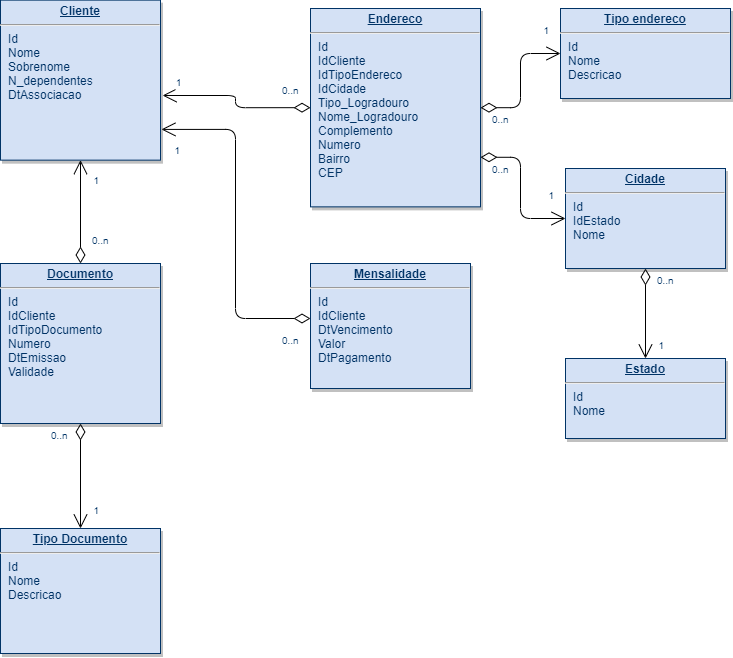
The draw.io diagram DB/Estrutura do database.png in sunrocha123/Administracao_de_um_clube, before a commit. Source tidied: cells renumbered, new cells last; positions are measured from the earlier drawing's top-left corner, leaving out a move shared by most shapes.
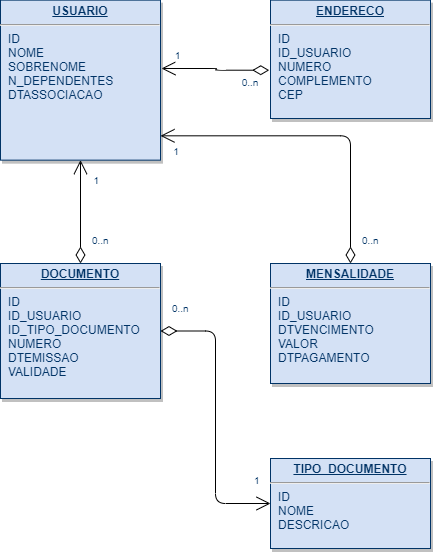
The same diagram one commit later.

Commit message:
Update da estrutura do banco de dados

Change to the diagram source:
```diff
@@ -2,16 +2,16 @@
   <root>
     <mxCell id="0" />
     <mxCell id="1" parent="0" />
-    <mxCell id="2" value="&lt;p style=&quot;margin: 0px ; margin-top: 4px ; text-align: center ; text-decoration: underline&quot;&gt;&lt;strong&gt;Endereco&lt;/strong&gt;&lt;/p&gt;&lt;hr&gt;&lt;p style=&quot;margin: 0px ; margin-left: 8px&quot;&gt;Id&lt;br&gt;IdCliente&lt;/p&gt;&lt;p style=&quot;margin: 0px ; margin-left: 8px&quot;&gt;IdTipoEndereco&lt;/p&gt;&lt;p style=&quot;margin: 0px ; margin-left: 8px&quot;&gt;IdCidade&lt;/p&gt;&lt;p style=&quot;margin: 0px ; margin-left: 8px&quot;&gt;Tipo_Logradouro&lt;/p&gt;&lt;p style=&quot;margin: 0px ; margin-left: 8px&quot;&gt;Nome_Logradouro&lt;/p&gt;&lt;p style=&quot;margin: 0px ; margin-left: 8px&quot;&gt;Complemento&lt;/p&gt;&lt;p style=&quot;margin: 0px ; margin-left: 8px&quot;&gt;Numero&lt;/p&gt;&lt;p style=&quot;margin: 0px ; margin-left: 8px&quot;&gt;Bairro&lt;/p&gt;&lt;p style=&quot;margin: 0px ; margin-left: 8px&quot;&gt;CEP&lt;/p&gt;" style="verticalAlign=top;align=left;overflow=fill;fontSize=12;fontFamily=Helvetica;html=1;strokeColor=#003366;shadow=1;fillColor=#D4E1F5;fontColor=#003366;" parent="1" vertex="1">
-      <mxGeometry x="310" y="8" width="170" height="198.4" as="geometry" />
+    <mxCell id="2" value="&lt;p style=&quot;margin: 0px ; margin-top: 4px ; text-align: center ; text-decoration: underline&quot;&gt;&lt;strong&gt;ENDERECO&lt;/strong&gt;&lt;/p&gt;&lt;hr&gt;&lt;p style=&quot;margin: 0px ; margin-left: 8px&quot;&gt;ID&lt;/p&gt;&lt;p style=&quot;margin: 0px ; margin-left: 8px&quot;&gt;ID_USUARIO&lt;/p&gt;&lt;p style=&quot;margin: 0px ; margin-left: 8px&quot;&gt;NUMERO&lt;/p&gt;&lt;p style=&quot;margin: 0px ; margin-left: 8px&quot;&gt;COMPLEMENTO&lt;/p&gt;&lt;p style=&quot;margin: 0px ; margin-left: 8px&quot;&gt;CEP&lt;/p&gt;&lt;p style=&quot;margin: 0px ; margin-left: 8px&quot;&gt;&lt;br&gt;&lt;/p&gt;" style="verticalAlign=top;align=left;overflow=fill;fontSize=12;fontFamily=Helvetica;html=1;strokeColor=#003366;shadow=1;fillColor=#D4E1F5;fontColor=#003366;" parent="1" vertex="1">
+      <mxGeometry x="270" y="-0.4" width="160" height="118.4" as="geometry" />
     </mxCell>
-    <mxCell id="3" value="&lt;p style=&quot;margin: 0px ; margin-top: 4px ; text-align: center ; text-decoration: underline&quot;&gt;&lt;strong&gt;Tipo Documento&lt;/strong&gt;&lt;/p&gt;&lt;hr&gt;&lt;p style=&quot;margin: 0px ; margin-left: 8px&quot;&gt;Id&lt;/p&gt;&lt;p style=&quot;margin: 0px ; margin-left: 8px&quot;&gt;Nome&lt;/p&gt;&lt;p style=&quot;margin: 0px ; margin-left: 8px&quot;&gt;Descricao&lt;/p&gt;" style="verticalAlign=top;align=left;overflow=fill;fontSize=12;fontFamily=Helvetica;html=1;strokeColor=#003366;shadow=1;fillColor=#D4E1F5;fontColor=#003366;" parent="1" vertex="1">
-      <mxGeometry y="528" width="160" height="125" as="geometry" />
+    <mxCell id="3" value="&lt;p style=&quot;margin: 0px ; margin-top: 4px ; text-align: center ; text-decoration: underline&quot;&gt;&lt;strong&gt;TIPO_DOCUMENTO&lt;/strong&gt;&lt;/p&gt;&lt;hr&gt;&lt;p style=&quot;margin: 0px ; margin-left: 8px&quot;&gt;ID&lt;/p&gt;&lt;p style=&quot;margin: 0px ; margin-left: 8px&quot;&gt;NOME&lt;/p&gt;&lt;p style=&quot;margin: 0px ; margin-left: 8px&quot;&gt;DESCRICAO&lt;/p&gt;" style="verticalAlign=top;align=left;overflow=fill;fontSize=12;fontFamily=Helvetica;html=1;strokeColor=#003366;shadow=1;fillColor=#D4E1F5;fontColor=#003366;" parent="1" vertex="1">
+      <mxGeometry x="270" y="458" width="160" height="90" as="geometry" />
     </mxCell>
-    <mxCell id="4" value="&lt;p style=&quot;margin: 0px ; margin-top: 4px ; text-align: center ; text-decoration: underline&quot;&gt;&lt;b&gt;Documento&lt;/b&gt;&lt;/p&gt;&lt;hr&gt;&lt;p style=&quot;margin: 0px ; margin-left: 8px&quot;&gt;Id&lt;/p&gt;&lt;p style=&quot;margin: 0px ; margin-left: 8px&quot;&gt;IdCliente&lt;/p&gt;&lt;p style=&quot;margin: 0px ; margin-left: 8px&quot;&gt;IdTipoDocumento&lt;/p&gt;&lt;p style=&quot;margin: 0px ; margin-left: 8px&quot;&gt;Numero&lt;/p&gt;&lt;p style=&quot;margin: 0px ; margin-left: 8px&quot;&gt;DtEmissao&lt;/p&gt;&lt;p style=&quot;margin: 0px ; margin-left: 8px&quot;&gt;Validade&lt;/p&gt;" style="verticalAlign=top;align=left;overflow=fill;fontSize=12;fontFamily=Helvetica;html=1;strokeColor=#003366;shadow=1;fillColor=#D4E1F5;fontColor=#003366;" parent="1" vertex="1">
-      <mxGeometry y="263" width="160" height="160" as="geometry" />
+    <mxCell id="4" value="&lt;p style=&quot;margin: 0px ; margin-top: 4px ; text-align: center ; text-decoration: underline&quot;&gt;&lt;b&gt;DOCUMENTO&lt;/b&gt;&lt;/p&gt;&lt;hr&gt;&lt;p style=&quot;margin: 0px ; margin-left: 8px&quot;&gt;ID&lt;/p&gt;&lt;p style=&quot;margin: 0px ; margin-left: 8px&quot;&gt;ID_USUARIO&lt;/p&gt;&lt;p style=&quot;margin: 0px ; margin-left: 8px&quot;&gt;ID_TIPO_DOCUMENTO&lt;/p&gt;&lt;p style=&quot;margin: 0px ; margin-left: 8px&quot;&gt;NUMERO&lt;/p&gt;&lt;p style=&quot;margin: 0px ; margin-left: 8px&quot;&gt;DTEMISSAO&lt;/p&gt;&lt;p style=&quot;margin: 0px ; margin-left: 8px&quot;&gt;VALIDADE&lt;/p&gt;" style="verticalAlign=top;align=left;overflow=fill;fontSize=12;fontFamily=Helvetica;html=1;strokeColor=#003366;shadow=1;fillColor=#D4E1F5;fontColor=#003366;" parent="1" vertex="1">
+      <mxGeometry y="263" width="160" height="135" as="geometry" />
     </mxCell>
-    <mxCell id="5" value="&lt;p style=&quot;margin: 0px ; margin-top: 4px ; text-align: center ; text-decoration: underline&quot;&gt;&lt;b&gt;Cliente&lt;/b&gt;&lt;/p&gt;&lt;hr&gt;&lt;p style=&quot;margin: 0px ; margin-left: 8px&quot;&gt;Id&lt;/p&gt;&lt;p style=&quot;margin: 0px ; margin-left: 8px&quot;&gt;Nome&lt;/p&gt;&lt;p style=&quot;margin: 0px ; margin-left: 8px&quot;&gt;Sobrenome&lt;/p&gt;&lt;p style=&quot;margin: 0px ; margin-left: 8px&quot;&gt;N_dependentes&lt;/p&gt;&lt;p style=&quot;margin: 0px ; margin-left: 8px&quot;&gt;DtAssociacao&lt;/p&gt;" style="verticalAlign=top;align=left;overflow=fill;fontSize=12;fontFamily=Helvetica;html=1;strokeColor=#003366;shadow=1;fillColor=#D4E1F5;fontColor=#003366;" parent="1" vertex="1">
+    <mxCell id="5" value="&lt;p style=&quot;margin: 0px ; margin-top: 4px ; text-align: center ; text-decoration: underline&quot;&gt;&lt;strong&gt;USUARIO&lt;/strong&gt;&lt;/p&gt;&lt;hr&gt;&lt;p style=&quot;margin: 0px ; margin-left: 8px&quot;&gt;ID&lt;/p&gt;&lt;p style=&quot;margin: 0px ; margin-left: 8px&quot;&gt;NOME&lt;/p&gt;&lt;p style=&quot;margin: 0px ; margin-left: 8px&quot;&gt;SOBRENOME&lt;/p&gt;&lt;p style=&quot;margin: 0px ; margin-left: 8px&quot;&gt;N_DEPENDENTES&lt;/p&gt;&lt;p style=&quot;margin: 0px ; margin-left: 8px&quot;&gt;DTASSOCIACAO&lt;/p&gt;" style="verticalAlign=top;align=left;overflow=fill;fontSize=12;fontFamily=Helvetica;html=1;strokeColor=#003366;shadow=1;fillColor=#D4E1F5;fontColor=#003366;" parent="1" vertex="1">
       <mxGeometry y="-0.4" width="160" height="160" as="geometry" />
     </mxCell>
     <mxCell id="6" style="endArrow=open;endSize=12;startArrow=diamondThin;startSize=14;startFill=0;edgeStyle=orthogonalEdgeStyle;entryX=0.5;entryY=1;entryDx=0;entryDy=0;exitX=0.5;exitY=0;exitDx=0;exitDy=0;" parent="1" edge="1" source="4" target="5">
@@ -27,100 +27,49 @@
         <mxPoint x="20" y="8" as="offset" />
       </mxGeometry>
     </mxCell>
-    <mxCell id="9" style="endArrow=open;endSize=12;startArrow=diamondThin;startSize=14;startFill=0;edgeStyle=orthogonalEdgeStyle;entryX=0.5;entryY=0;entryDx=0;entryDy=0;exitX=0.5;exitY=1;exitDx=0;exitDy=0;" parent="1" edge="1" source="4" target="3">
-      <mxGeometry x="-0.6" y="247.5" as="geometry" />
+    <mxCell id="9" style="endArrow=open;endSize=12;startArrow=diamondThin;startSize=14;startFill=0;edgeStyle=orthogonalEdgeStyle;entryX=0;entryY=0.5;entryDx=0;entryDy=0;exitX=1;exitY=0.5;exitDx=0;exitDy=0;" parent="1" edge="1" source="4" target="3">
+      <mxGeometry x="770" y="488.4" as="geometry" />
     </mxCell>
-    <mxCell id="10" value="0..n" style="align=left;verticalAlign=top;labelBackgroundColor=#ffffff;fontSize=10;strokeColor=#003366;shadow=1;fillColor=#D4E1F5;fontColor=#003366;" parent="9" vertex="1">
-      <mxGeometry x="-1" relative="1" as="geometry">
-        <mxPoint x="-31.1" as="offset" />
-      </mxGeometry>
-    </mxCell>
-    <mxCell id="11" value="1" style="align=right;verticalAlign=top;labelBackgroundColor=#ffffff;fontSize=10;strokeColor=#003366;shadow=1;fillColor=#D4E1F5;fontColor=#003366;" parent="9" vertex="1">
-      <mxGeometry x="1" relative="1" as="geometry">
-        <mxPoint x="20" y="-30" as="offset" />
-      </mxGeometry>
-    </mxCell>
-    <mxCell id="12" style="endArrow=open;endSize=12;startArrow=diamondThin;startSize=14;startFill=0;edgeStyle=orthogonalEdgeStyle;entryX=1.013;entryY=0.596;entryDx=0;entryDy=0;entryPerimeter=0;exitX=0;exitY=0.5;exitDx=0;exitDy=0;" parent="1" edge="1" source="2" target="5">
-      <mxGeometry x="770" y="260" as="geometry" />
-    </mxCell>
-    <mxCell id="13" value="0..n" style="align=left;verticalAlign=top;labelBackgroundColor=#ffffff;fontSize=10;strokeColor=#003366;shadow=1;fillColor=#D4E1F5;fontColor=#003366;" parent="12" vertex="1">
-      <mxGeometry x="-1" relative="1" as="geometry">
-        <mxPoint x="-30" y="-29.2" as="offset" />
-      </mxGeometry>
-    </mxCell>
-    <mxCell id="14" value="1" style="align=right;verticalAlign=top;labelBackgroundColor=#ffffff;fontSize=10;strokeColor=#003366;shadow=1;fillColor=#D4E1F5;fontColor=#003366;" parent="12" vertex="1">
-      <mxGeometry x="1" relative="1" as="geometry">
-        <mxPoint x="20" y="-25" as="offset" />
-      </mxGeometry>
-    </mxCell>
-    <mxCell id="15" value="&lt;p style=&quot;margin: 0px ; margin-top: 4px ; text-align: center ; text-decoration: underline&quot;&gt;&lt;strong&gt;Tipo endereco&lt;/strong&gt;&lt;/p&gt;&lt;hr&gt;&lt;p style=&quot;margin: 0px ; margin-left: 8px&quot;&gt;Id&lt;/p&gt;&lt;p style=&quot;margin: 0px ; margin-left: 8px&quot;&gt;Nome&lt;/p&gt;&lt;p style=&quot;margin: 0px ; margin-left: 8px&quot;&gt;Descricao&lt;/p&gt;" style="verticalAlign=top;align=left;overflow=fill;fontSize=12;fontFamily=Helvetica;html=1;strokeColor=#003366;shadow=1;fillColor=#D4E1F5;fontColor=#003366;" parent="1" vertex="1">
-      <mxGeometry x="560" y="8" width="170" height="90" as="geometry" />
-    </mxCell>
-    <mxCell id="16" style="endArrow=open;endSize=12;startArrow=diamondThin;startSize=14;startFill=0;edgeStyle=orthogonalEdgeStyle;exitX=1;exitY=0.5;exitDx=0;exitDy=0;entryX=0;entryY=0.5;entryDx=0;entryDy=0;" parent="1" edge="1" source="2" target="15">
-      <mxGeometry x="1070" y="248.4" as="geometry" />
-    </mxCell>
-    <mxCell id="17" value="0..n" style="align=left;verticalAlign=top;labelBackgroundColor=#ffffff;fontSize=10;strokeColor=#003366;shadow=1;fillColor=#D4E1F5;fontColor=#003366;" parent="16" vertex="1">
-      <mxGeometry x="-1" relative="1" as="geometry">
-        <mxPoint x="10" as="offset" />
-      </mxGeometry>
-    </mxCell>
-    <mxCell id="18" value="1" style="align=right;verticalAlign=top;labelBackgroundColor=#ffffff;fontSize=10;strokeColor=#003366;shadow=1;fillColor=#D4E1F5;fontColor=#003366;" parent="16" vertex="1">
-      <mxGeometry x="1" relative="1" as="geometry">
-        <mxPoint x="-9.8" y="-35" as="offset" />
-      </mxGeometry>
-    </mxCell>
-    <mxCell id="19" value="&lt;p style=&quot;margin: 0px ; margin-top: 4px ; text-align: center ; text-decoration: underline&quot;&gt;&lt;b&gt;Cidade&lt;/b&gt;&lt;/p&gt;&lt;hr&gt;&lt;p style=&quot;margin: 0px ; margin-left: 8px&quot;&gt;Id&lt;/p&gt;&lt;p style=&quot;margin: 0px ; margin-left: 8px&quot;&gt;IdEstado&lt;/p&gt;&lt;p style=&quot;margin: 0px ; margin-left: 8px&quot;&gt;Nome&lt;/p&gt;" style="verticalAlign=top;align=left;overflow=fill;fontSize=12;fontFamily=Helvetica;html=1;strokeColor=#003366;shadow=1;fillColor=#D4E1F5;fontColor=#003366;" parent="1" vertex="1">
-      <mxGeometry x="565" y="168" width="160" height="100" as="geometry" />
-    </mxCell>
-    <mxCell id="20" value="&lt;p style=&quot;margin: 0px ; margin-top: 4px ; text-align: center ; text-decoration: underline&quot;&gt;&lt;b&gt;Estado&lt;/b&gt;&lt;/p&gt;&lt;hr&gt;&lt;p style=&quot;margin: 0px ; margin-left: 8px&quot;&gt;Id&lt;/p&gt;&lt;p style=&quot;margin: 0px ; margin-left: 8px&quot;&gt;Nome&lt;/p&gt;" style="verticalAlign=top;align=left;overflow=fill;fontSize=12;fontFamily=Helvetica;html=1;strokeColor=#003366;shadow=1;fillColor=#D4E1F5;fontColor=#003366;" parent="1" vertex="1">
-      <mxGeometry x="565" y="358" width="160" height="80" as="geometry" />
-    </mxCell>
-    <mxCell id="21" style="endArrow=open;endSize=12;startArrow=diamondThin;startSize=14;startFill=0;edgeStyle=orthogonalEdgeStyle;exitX=1;exitY=0.75;exitDx=0;exitDy=0;entryX=0;entryY=0.5;entryDx=0;entryDy=0;" parent="1" edge="1" source="2" target="19">
-      <mxGeometry x="990" y="423.4" as="geometry">
-        <Array as="points">
-          <mxPoint x="520" y="157" />
-          <mxPoint x="520" y="218" />
-        </Array>
-      </mxGeometry>
-    </mxCell>
-    <mxCell id="22" value="0..n" style="align=left;verticalAlign=top;labelBackgroundColor=#ffffff;fontSize=10;strokeColor=#003366;shadow=1;fillColor=#D4E1F5;fontColor=#003366;" parent="21" vertex="1">
-      <mxGeometry x="-1" relative="1" as="geometry">
-        <mxPoint x="10" as="offset" />
-      </mxGeometry>
-    </mxCell>
-    <mxCell id="23" value="1" style="align=right;verticalAlign=top;labelBackgroundColor=#ffffff;fontSize=10;strokeColor=#003366;shadow=1;fillColor=#D4E1F5;fontColor=#003366;" parent="21" vertex="1">
-      <mxGeometry x="1" relative="1" as="geometry">
-        <mxPoint x="-9.8" y="-35" as="offset" />
-      </mxGeometry>
-    </mxCell>
-    <mxCell id="24" style="endArrow=open;endSize=12;startArrow=diamondThin;startSize=14;startFill=0;edgeStyle=orthogonalEdgeStyle;entryX=0.5;entryY=0;entryDx=0;entryDy=0;exitX=0.5;exitY=1;exitDx=0;exitDy=0;" parent="1" edge="1" source="19" target="20">
-      <mxGeometry x="1060" y="448.4" as="geometry" />
-    </mxCell>
-    <mxCell id="25" value="0..n" style="align=left;verticalAlign=top;labelBackgroundColor=#ffffff;fontSize=10;strokeColor=#003366;shadow=1;fillColor=#D4E1F5;fontColor=#003366;" parent="24" vertex="1">
-      <mxGeometry x="-1" relative="1" as="geometry">
-        <mxPoint x="10" as="offset" />
-      </mxGeometry>
-    </mxCell>
-    <mxCell id="26" value="1" style="align=right;verticalAlign=top;labelBackgroundColor=#ffffff;fontSize=10;strokeColor=#003366;shadow=1;fillColor=#D4E1F5;fontColor=#003366;" parent="24" vertex="1">
-      <mxGeometry x="1" relative="1" as="geometry">
-        <mxPoint x="20" y="-25" as="offset" />
-      </mxGeometry>
-    </mxCell>
-    <mxCell id="27" value="&lt;p style=&quot;margin: 0px ; margin-top: 4px ; text-align: center ; text-decoration: underline&quot;&gt;&lt;b&gt;Mensalidade&lt;/b&gt;&lt;/p&gt;&lt;hr&gt;&lt;p style=&quot;margin: 0px ; margin-left: 8px&quot;&gt;Id&lt;/p&gt;&lt;p style=&quot;margin: 0px ; margin-left: 8px&quot;&gt;IdCliente&lt;/p&gt;&lt;p style=&quot;margin: 0px ; margin-left: 8px&quot;&gt;DtVencimento&lt;/p&gt;&lt;p style=&quot;margin: 0px ; margin-left: 8px&quot;&gt;Valor&lt;/p&gt;&lt;p style=&quot;margin: 0px ; margin-left: 8px&quot;&gt;DtPagamento&lt;/p&gt;&lt;p style=&quot;margin: 0px ; margin-left: 8px&quot;&gt;&lt;br&gt;&lt;/p&gt;" style="verticalAlign=top;align=left;overflow=fill;fontSize=12;fontFamily=Helvetica;html=1;strokeColor=#003366;shadow=1;fillColor=#D4E1F5;fontColor=#003366;" parent="1" vertex="1">
-      <mxGeometry x="310" y="263" width="160" height="125" as="geometry" />
-    </mxCell>
-    <mxCell id="28" style="endArrow=open;endSize=12;startArrow=diamondThin;startSize=14;startFill=0;edgeStyle=orthogonalEdgeStyle;entryX=1.006;entryY=0.808;entryDx=0;entryDy=0;entryPerimeter=0;exitX=0;exitY=0.44;exitDx=0;exitDy=0;exitPerimeter=0;" parent="1" edge="1" source="27" target="5">
-      <mxGeometry x="770" y="358.4" as="geometry" />
-    </mxCell>
-    <mxCell id="29" value="0..n" style="align=left;verticalAlign=top;labelBackgroundColor=#ffffff;fontSize=10;strokeColor=#003366;shadow=1;fillColor=#D4E1F5;fontColor=#003366;" parent="28" vertex="1">
-      <mxGeometry x="-1" relative="1" as="geometry">
-        <mxPoint x="-30" y="10" as="offset" />
-      </mxGeometry>
-    </mxCell>
-    <mxCell id="30" value="1" style="align=right;verticalAlign=top;labelBackgroundColor=#ffffff;fontSize=10;strokeColor=#003366;shadow=1;fillColor=#D4E1F5;fontColor=#003366;" parent="28" vertex="1">
-      <mxGeometry x="1" relative="1" as="geometry">
-        <mxPoint x="20" y="9.1" as="offset" />
-      </mxGeometry>
-    </mxCell>
+    <mxCell id="31" value="0..n" style="align=left;verticalAlign=top;labelBackgroundColor=#ffffff;fontSize=10;strokeColor=#003366;shadow=1;fillColor=#D4E1F5;fontColor=#003366;" parent="9" vertex="1">
+      <mxGeometry x="-1" relative="1" as="geometry">
+        <mxPoint x="10" y="-35" as="offset" />
+      </mxGeometry>
+    </mxCell>
+    <mxCell id="32" value="1" style="align=right;verticalAlign=top;labelBackgroundColor=#ffffff;fontSize=10;strokeColor=#003366;shadow=1;fillColor=#D4E1F5;fontColor=#003366;" parent="9" vertex="1">
+      <mxGeometry x="1" relative="1" as="geometry">
+        <mxPoint x="-10" y="-35" as="offset" />
+      </mxGeometry>
+    </mxCell>
+    <mxCell id="33" style="endArrow=open;endSize=12;startArrow=diamondThin;startSize=14;startFill=0;edgeStyle=orthogonalEdgeStyle;exitX=-0.008;exitY=0.592;exitDx=0;exitDy=0;exitPerimeter=0;" parent="1" edge="1" source="2">
+      <mxGeometry x="760" y="218.4" as="geometry">
+        <mxPoint x="161" y="68" as="targetPoint" />
+      </mxGeometry>
+    </mxCell>
+    <mxCell id="34" value="0..n" style="align=left;verticalAlign=top;labelBackgroundColor=#ffffff;fontSize=10;strokeColor=#003366;shadow=1;fillColor=#D4E1F5;fontColor=#003366;" parent="33" vertex="1">
+      <mxGeometry x="-1" relative="1" as="geometry">
+        <mxPoint x="-29" as="offset" />
+      </mxGeometry>
+    </mxCell>
+    <mxCell id="35" value="1" style="align=right;verticalAlign=top;labelBackgroundColor=#ffffff;fontSize=10;strokeColor=#003366;shadow=1;fillColor=#D4E1F5;fontColor=#003366;" parent="33" vertex="1">
+      <mxGeometry x="1" relative="1" as="geometry">
+        <mxPoint x="20" y="-25" as="offset" />
+      </mxGeometry>
+    </mxCell>
+    <mxCell id="36" value="&lt;p style=&quot;margin: 0px ; margin-top: 4px ; text-align: center ; text-decoration: underline&quot;&gt;&lt;strong&gt;MENSALIDADE&lt;/strong&gt;&lt;/p&gt;&lt;hr&gt;&lt;p style=&quot;margin: 0px ; margin-left: 8px&quot;&gt;ID&lt;/p&gt;&lt;p style=&quot;margin: 0px ; margin-left: 8px&quot;&gt;ID_USUARIO&lt;/p&gt;&lt;p style=&quot;margin: 0px ; margin-left: 8px&quot;&gt;DTVENCIMENTO&lt;/p&gt;&lt;p style=&quot;margin: 0px ; margin-left: 8px&quot;&gt;VALOR&lt;/p&gt;&lt;p style=&quot;margin: 0px ; margin-left: 8px&quot;&gt;DTPAGAMENTO&lt;/p&gt;" style="verticalAlign=top;align=left;overflow=fill;fontSize=12;fontFamily=Helvetica;html=1;strokeColor=#003366;shadow=1;fillColor=#D4E1F5;fontColor=#003366;" parent="1" vertex="1">
+      <mxGeometry x="270" y="263" width="160" height="120" as="geometry" />
+    </mxCell>
+    <mxCell id="37" style="endArrow=open;endSize=12;startArrow=diamondThin;startSize=14;startFill=0;edgeStyle=orthogonalEdgeStyle;entryX=1;entryY=0.848;entryDx=0;entryDy=0;exitX=0.5;exitY=0;exitDx=0;exitDy=0;entryPerimeter=0;" parent="1" edge="1" source="36" target="5">
+      <mxGeometry x="790" y="308.4" as="geometry" />
+    </mxCell>
+    <mxCell id="38" value="0..n" style="align=left;verticalAlign=top;labelBackgroundColor=#ffffff;fontSize=10;strokeColor=#003366;shadow=1;fillColor=#D4E1F5;fontColor=#003366;" parent="37" vertex="1">
+      <mxGeometry x="-1" relative="1" as="geometry">
+        <mxPoint x="10" y="-35" as="offset" />
+      </mxGeometry>
+    </mxCell>
+    <mxCell id="39" value="1" style="align=right;verticalAlign=top;labelBackgroundColor=#ffffff;fontSize=10;strokeColor=#003366;shadow=1;fillColor=#D4E1F5;fontColor=#003366;" parent="37" vertex="1">
+      <mxGeometry x="1" relative="1" as="geometry">
+        <mxPoint x="20" y="4" as="offset" />
+      </mxGeometry>
+    </mxCell>
   </root>
 </mxGraphModel>
```
